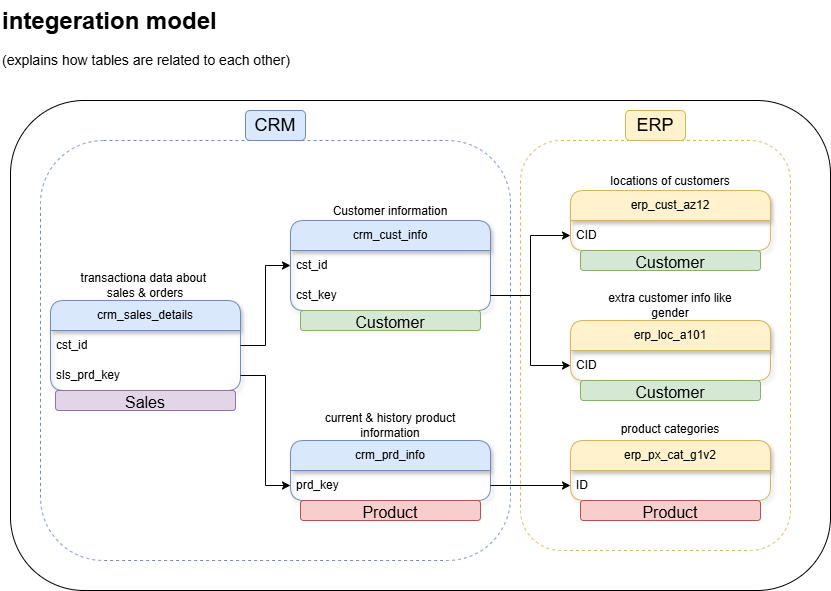
Earlier version of the draw.io export about_project/data integeration model.png (joeEssam/adventure_works_dwh_project). Source tidied: cells renumbered, new cells last; positions are measured from the earlier drawing's top-left corner, leaving out a move shared by most shapes.
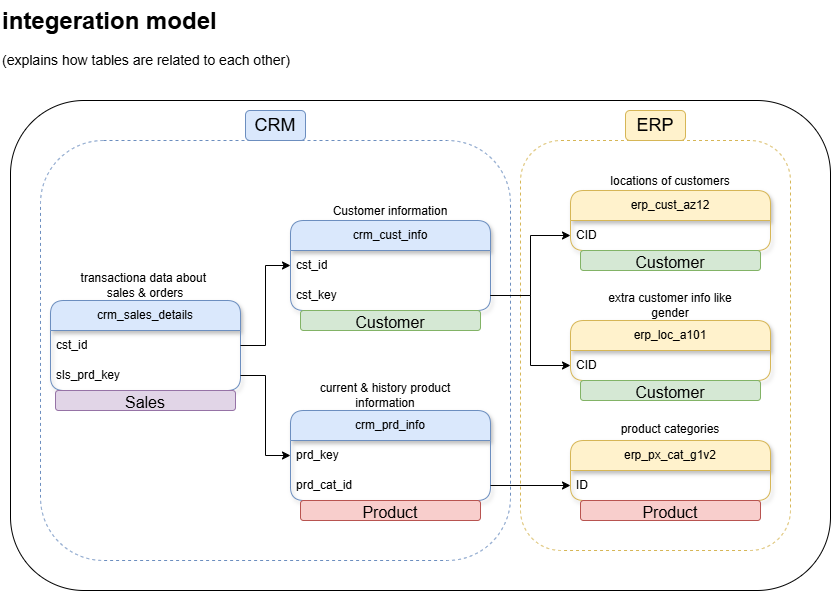
After the change.

Change to the diagram source:
```diff
@@ -42,11 +42,14 @@
       <mxGeometry y="60" width="200" height="30" as="geometry" />
     </mxCell>
     <mxCell id="15" value="crm_prd_info" style="swimlane;fontStyle=0;horizontal=1;startSize=30;whiteSpace=wrap;html=1;rounded=1;shadow=1;glass=0;fillColor=#dae8fc;strokeColor=#6c8ebf;" parent="1" vertex="1">
-      <mxGeometry x="290" y="440" width="200" height="60" as="geometry" />
+      <mxGeometry x="290" y="410" width="200" height="90" as="geometry" />
     </mxCell>
     <mxCell id="16" value="prd_key" style="text;strokeColor=none;fillColor=none;align=left;verticalAlign=middle;spacingLeft=4;spacingRight=4;overflow=hidden;points=[[0,0.5],[1,0.5]];portConstraint=eastwest;whiteSpace=wrap;html=1;" parent="15" vertex="1">
       <mxGeometry y="30" width="200" height="30" as="geometry" />
     </mxCell>
+    <mxCell id="39" value="prd_cat_id" style="text;strokeColor=none;fillColor=none;align=left;verticalAlign=middle;spacingLeft=4;spacingRight=4;overflow=hidden;points=[[0,0.5],[1,0.5]];portConstraint=eastwest;whiteSpace=wrap;html=1;" parent="15" vertex="1">
+      <mxGeometry y="60" width="200" height="30" as="geometry" />
+    </mxCell>
     <mxCell id="17" value="crm_sales_details" style="swimlane;fontStyle=0;horizontal=1;startSize=30;whiteSpace=wrap;html=1;rounded=1;shadow=1;glass=0;fillColor=#dae8fc;strokeColor=#6c8ebf;" parent="1" vertex="1">
       <mxGeometry x="50" y="300" width="190" height="90" as="geometry" />
     </mxCell>
@@ -62,7 +65,7 @@
     <mxCell id="21" style="edgeStyle=orthogonalEdgeStyle;rounded=0;jettySize=auto;html=1;" parent="1" edge="1" source="19" target="16">
       <mxGeometry relative="1" as="geometry" />
     </mxCell>
-    <mxCell id="22" style="edgeStyle=orthogonalEdgeStyle;rounded=0;jettySize=auto;html=1;" parent="1" edge="1" source="16" target="6">
+    <mxCell id="22" style="edgeStyle=orthogonalEdgeStyle;rounded=0;jettySize=auto;html=1;exitX=1;exitY=0.5;exitDx=0;exitDy=0;" parent="1" edge="1" source="39" target="6">
       <mxGeometry relative="1" as="geometry" />
     </mxCell>
     <mxCell id="23" style="edgeStyle=orthogonalEdgeStyle;rounded=0;jettySize=auto;html=1;entryX=0;entryY=0.5;entryDx=0;entryDy=0;" parent="1" edge="1" source="14" target="10">
@@ -99,7 +102,7 @@
       <mxGeometry x="65" y="270" width="160" height="30" as="geometry" />
     </mxCell>
     <mxCell id="34" value="current &amp;amp; history product&lt;div&gt;information&lt;/div&gt;" style="text;html=1;whiteSpace=wrap;strokeColor=none;fillColor=none;align=center;verticalAlign=middle;rounded=0;" parent="1" vertex="1">
-      <mxGeometry x="310" y="410" width="160" height="30" as="geometry" />
+      <mxGeometry x="305" y="380" width="160" height="30" as="geometry" />
     </mxCell>
     <mxCell id="35" value="locations of customers" style="text;html=1;whiteSpace=wrap;strokeColor=none;fillColor=none;align=center;verticalAlign=middle;rounded=0;" parent="1" vertex="1">
       <mxGeometry x="590" y="166" width="160" height="30" as="geometry" />
@@ -113,5 +116,8 @@
     <mxCell id="38" value="&lt;div&gt;Customer information&lt;/div&gt;" style="text;html=1;whiteSpace=wrap;strokeColor=none;fillColor=none;align=center;verticalAlign=middle;rounded=0;" parent="1" vertex="1">
       <mxGeometry x="310" y="196" width="160" height="30" as="geometry" />
     </mxCell>
+    <mxCell id="40" style="edgeStyle=orthogonalEdgeStyle;rounded=0;orthogonalLoop=1;jettySize=auto;html=1;exitX=0.5;exitY=1;exitDx=0;exitDy=0;" parent="1" edge="1" source="28" target="28">
+      <mxGeometry relative="1" as="geometry" />
+    </mxCell>
   </root>
 </mxGraphModel>
```
